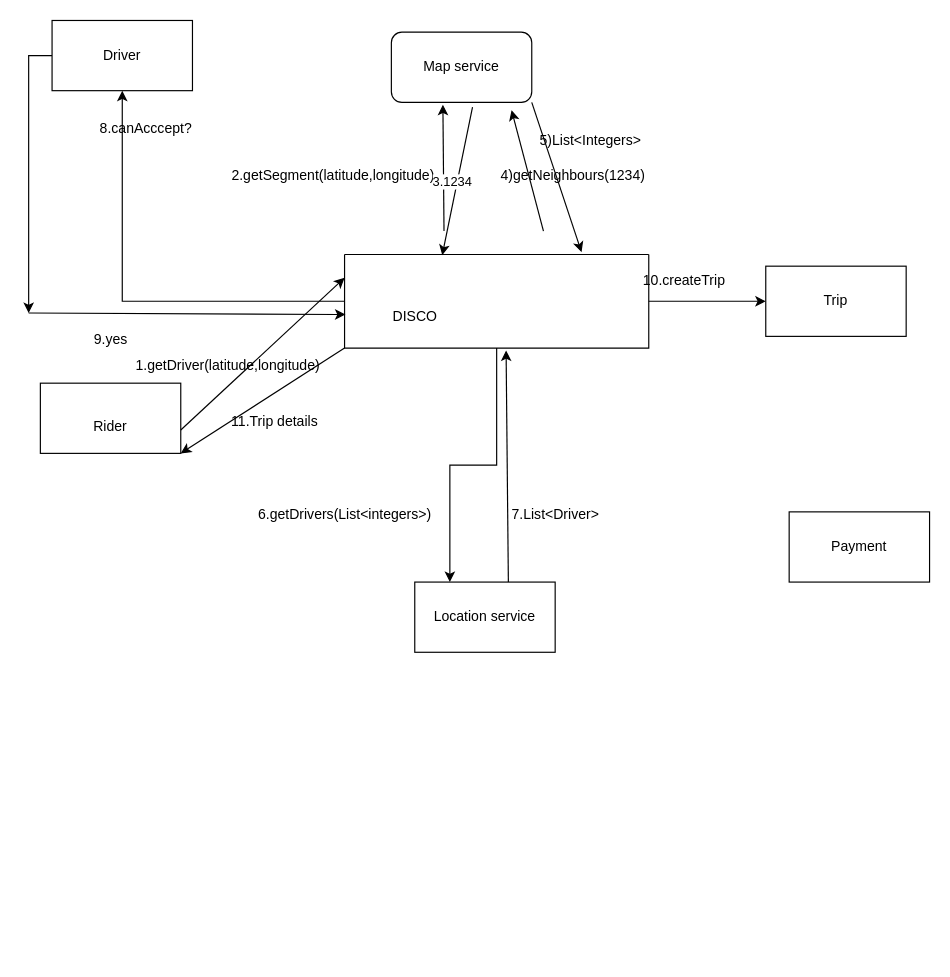
This is Untitled Diagram.drawio from vemarajusaikrishna/hld, a draw.io file, before an edit. Source tidied: cells renumbered, new cells numbered last; positions are measured from the earlier drawing's top-left corner, leaving out a move shared by most shapes. Both pictures are drawn from the tidied source at 117%, with x=0, y=0 at pixel (28, 20).
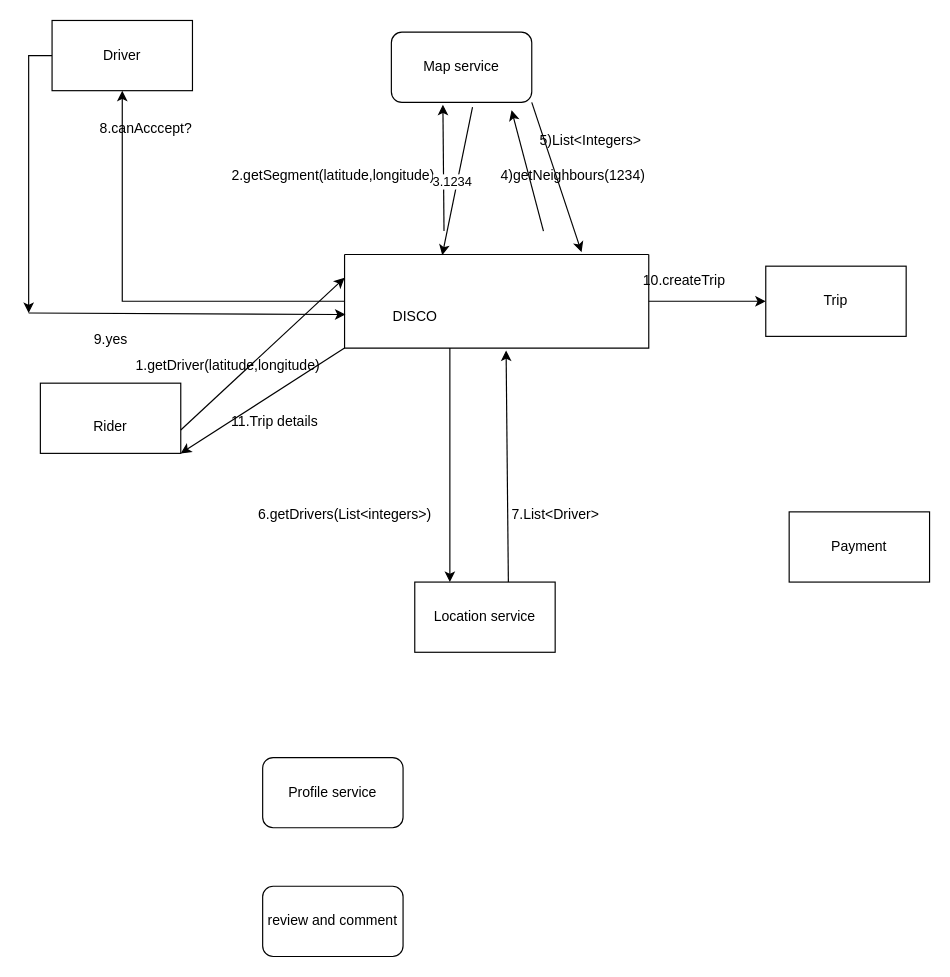
After the change.

The change refers to these unchanged cells:
```xml
<mxCell id="8" style="swimlane;startSize=0;" parent="1" vertex="1">
  <mxGeometry x="270" y="200" width="260" height="80" as="geometry" />
</mxCell>
<mxCell id="13" value="Location service" style="rounded=0;whiteSpace=wrap;html=1;" parent="1" vertex="1">
  <mxGeometry x="330" y="480" width="120" height="60" as="geometry" />
</mxCell>
```

Change to the diagram source:
```diff
@@
     <mxCell id="5" style="edgeStyle=orthogonalEdgeStyle;rounded=0;jettySize=auto;html=1;entryX=0.25;entryY=0;entryDx=0;entryDy=0;" parent="1" edge="1" source="8" target="13">
-      <mxGeometry relative="1" as="geometry" />
+      <mxGeometry relative="1" as="geometry">
+        <Array as="points">
+          <mxPoint x="360" y="330" />
+          <mxPoint x="360" y="330" />
+        </Array>
+      </mxGeometry>
     </mxCell>
@@
+    <mxCell id="33" value="Profile service" style="rounded=1;whiteSpace=wrap;html=1;" parent="1" vertex="1">
+      <mxGeometry x="200" y="630" width="120" height="60" as="geometry" />
+    </mxCell>
+    <mxCell id="34" value="review and comment" style="rounded=1;whiteSpace=wrap;html=1;" parent="1" vertex="1">
+      <mxGeometry x="200" y="740" width="120" height="60" as="geometry" />
+    </mxCell>
```
